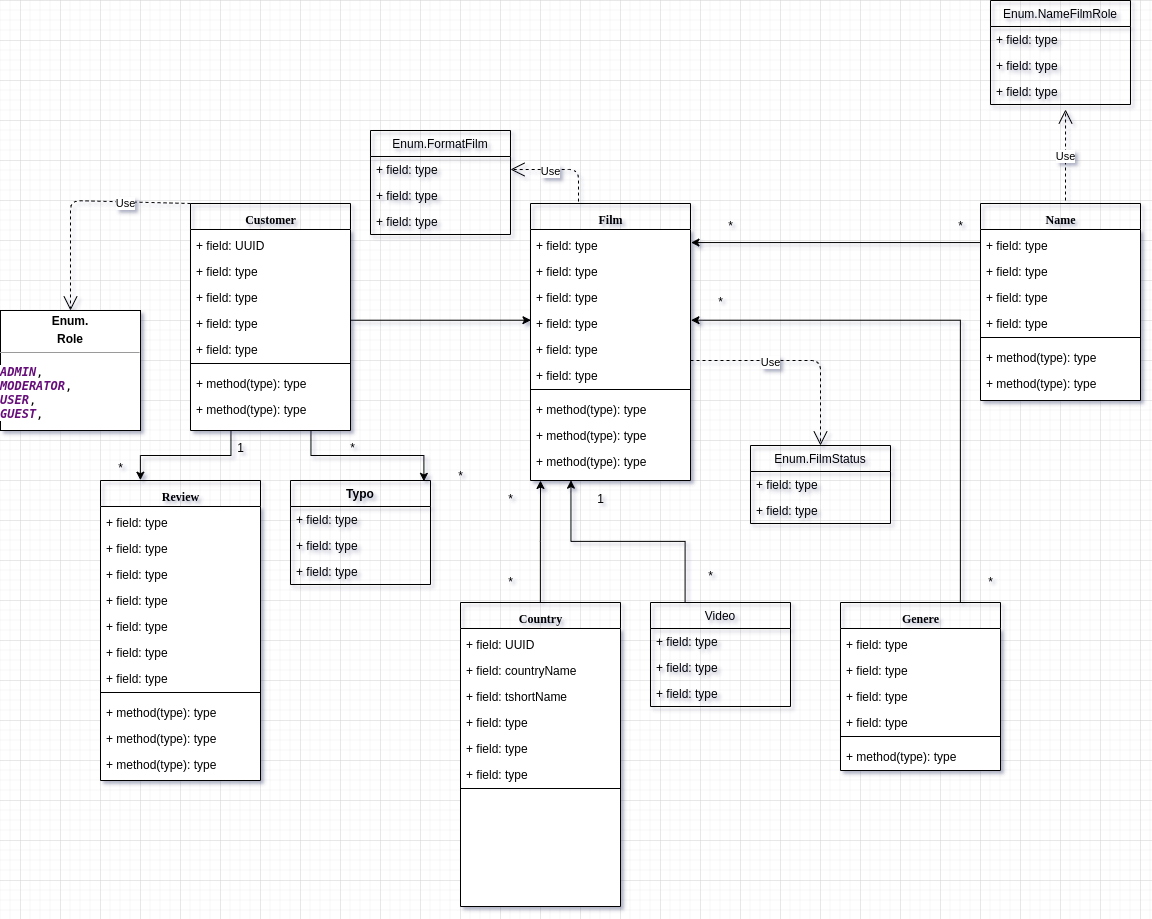
The draw.io diagram domain-model-diagrams/kinoproject.png in eglushenko/kinoproject, before a commit. Source tidied: cells renumbered, new cells last; positions are measured from the earlier drawing's top-left corner, leaving out a move shared by most shapes.
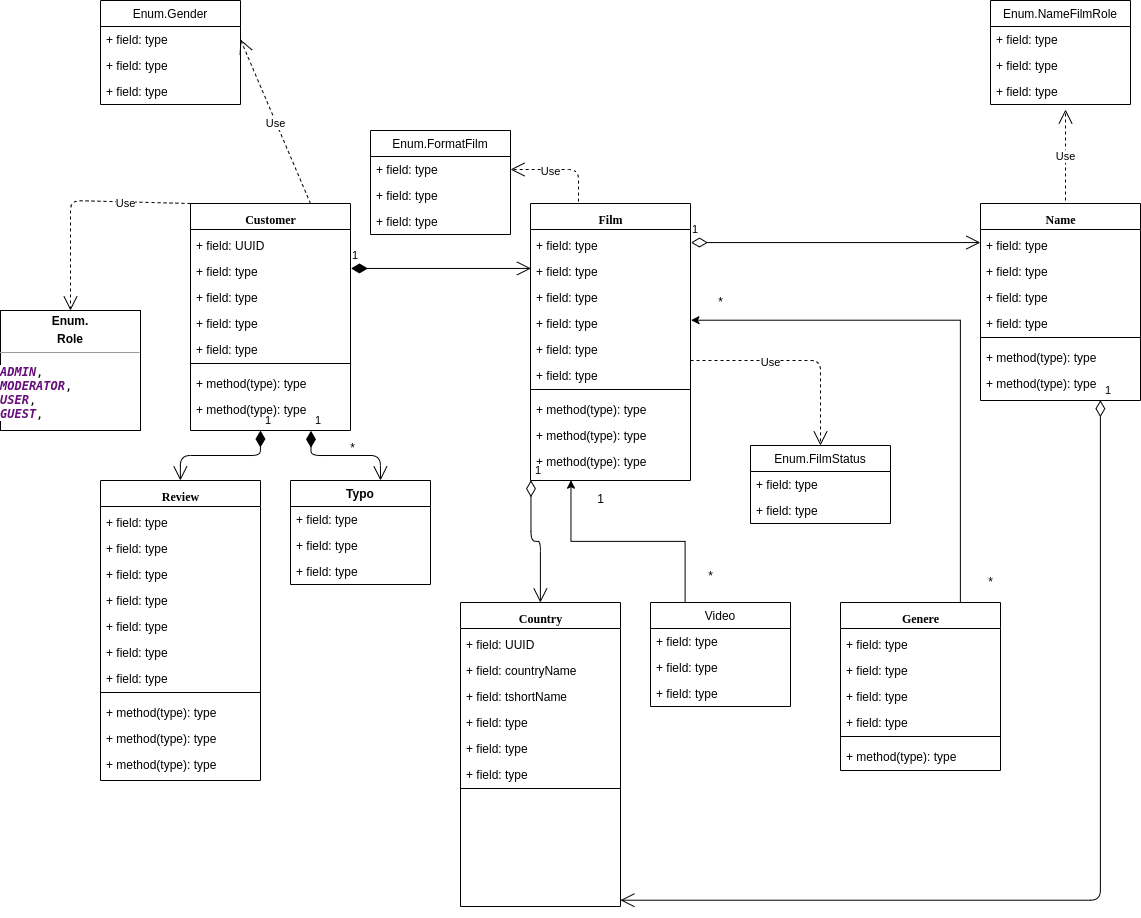
The same diagram one commit later.

Change to the diagram source:
```diff
@@ -2,12 +2,6 @@
   <root>
     <mxCell id="0" />
     <mxCell id="1" parent="0" />
-    <mxCell id="2" style="edgeStyle=orthogonalEdgeStyle;rounded=0;jettySize=auto;html=1;exitX=0.75;exitY=1;exitDx=0;exitDy=0;entryX=0.95;entryY=0.01;entryDx=0;entryDy=0;entryPerimeter=0;" parent="1" edge="1" source="4" target="67">
-      <mxGeometry relative="1" as="geometry" />
-    </mxCell>
-    <mxCell id="3" style="edgeStyle=orthogonalEdgeStyle;rounded=0;jettySize=auto;html=1;exitX=0.25;exitY=1;exitDx=0;exitDy=0;entryX=0.25;entryY=0;entryDx=0;entryDy=0;" parent="1" edge="1" source="4" target="32">
-      <mxGeometry relative="1" as="geometry" />
-    </mxCell>
     <mxCell id="4" value="Customer" style="swimlane;html=1;fontStyle=1;align=center;verticalAlign=top;horizontal=1;startSize=26;swimlaneFillColor=#ffffff;rounded=0;shadow=0;comic=0;labelBackgroundColor=none;strokeWidth=1;fillColor=none;fontFamily=Verdana;fontSize=12;" parent="1" vertex="1">
       <mxGeometry x="190" y="203" width="160" height="227" as="geometry" />
     </mxCell>
@@ -128,11 +122,6 @@
     <mxCell id="43" value="+ method(type): type" style="text;html=1;strokeColor=none;fillColor=none;align=left;verticalAlign=top;spacingLeft=4;spacingRight=4;whiteSpace=wrap;overflow=hidden;" parent="32" vertex="1">
       <mxGeometry y="268" width="160" height="26" as="geometry" />
     </mxCell>
-    <mxCell id="44" style="edgeStyle=orthogonalEdgeStyle;rounded=0;jettySize=auto;html=1;exitX=0.5;exitY=0;exitDx=0;exitDy=0;" parent="1" edge="1" source="45">
-      <mxGeometry relative="1" as="geometry">
-        <mxPoint x="540" y="480" as="targetPoint" />
-      </mxGeometry>
-    </mxCell>
     <mxCell id="45" value="Country" style="swimlane;html=1;fontStyle=1;align=center;verticalAlign=top;horizontal=1;startSize=26;swimlaneFillColor=#ffffff;rounded=0;shadow=0;comic=0;labelBackgroundColor=none;strokeWidth=1;fillColor=none;fontFamily=Verdana;fontSize=12;" parent="1" vertex="1">
       <mxGeometry x="460" y="602" width="160" height="304" as="geometry" />
     </mxCell>
@@ -220,9 +209,11 @@
     <mxCell id="70" value="+ field: type" style="text;strokeColor=none;fillColor=none;align=left;verticalAlign=top;spacingLeft=4;spacingRight=4;overflow=hidden;" parent="67" vertex="1">
       <mxGeometry y="78" width="140" height="26" as="geometry" />
     </mxCell>
-    <mxCell id="71" style="edgeStyle=orthogonalEdgeStyle;rounded=0;jettySize=auto;html=1;exitX=1;exitY=0.5;exitDx=0;exitDy=0;entryX=0;entryY=0.5;entryDx=0;entryDy=0;" parent="1" edge="1" source="8" target="17">
-      <mxGeometry relative="1" as="geometry" />
-    </mxCell>
+    <mxCell id="100" value="1" style="endArrow=open;html=1;endSize=12;startArrow=diamondThin;startSize=14;startFill=1;edgeStyle=orthogonalEdgeStyle;align=left;verticalAlign=bottom;exitX=0.75;exitY=1;exitDx=0;exitDy=0;" parent="67" edge="1" source="4">
+      <mxGeometry x="-1" y="3" relative="1" as="geometry">
+        <mxPoint x="90" as="targetPoint" />
+      </mxGeometry>
+    </mxCell>
     <mxCell id="72" style="edgeStyle=orthogonalEdgeStyle;rounded=0;jettySize=auto;html=1;exitX=0.25;exitY=0;exitDx=0;exitDy=0;entryX=0.25;entryY=1;entryDx=0;entryDy=0;" parent="1" edge="1" source="73" target="13">
       <mxGeometry relative="1" as="geometry" />
     </mxCell>
@@ -238,9 +229,6 @@
     <mxCell id="76" value="+ field: type" style="text;strokeColor=none;fillColor=none;align=left;verticalAlign=top;spacingLeft=4;spacingRight=4;overflow=hidden;" parent="73" vertex="1">
       <mxGeometry y="78" width="140" height="26" as="geometry" />
     </mxCell>
-    <mxCell id="77" style="edgeStyle=orthogonalEdgeStyle;rounded=0;jettySize=auto;html=1;exitX=0;exitY=0.5;exitDx=0;exitDy=0;entryX=1;entryY=0.5;entryDx=0;entryDy=0;" parent="1" edge="1" source="25" target="14">
-      <mxGeometry relative="1" as="geometry" />
-    </mxCell>
     <mxCell id="78" value="Enum.FormatFilm" style="swimlane;fontStyle=0;horizontal=1;startSize=26;fillColor=none;" parent="1" vertex="1">
       <mxGeometry x="370" y="130" width="140" height="104" as="geometry" />
     </mxCell>
@@ -277,12 +265,6 @@
         </Array>
       </mxGeometry>
     </mxCell>
-    <mxCell id="88" value="*" style="text;html=1;align=center;verticalAlign=middle;" parent="1" vertex="1">
-      <mxGeometry x="720" y="214" width="20" height="20" as="geometry" />
-    </mxCell>
-    <mxCell id="89" value="*" style="text;html=1;align=center;verticalAlign=middle;" parent="1" vertex="1">
-      <mxGeometry x="950" y="214" width="20" height="20" as="geometry" />
-    </mxCell>
     <mxCell id="90" value="*" style="text;html=1;align=center;verticalAlign=middle;" parent="1" vertex="1">
       <mxGeometry x="710" y="290" width="20" height="20" as="geometry" />
     </mxCell>
@@ -295,23 +277,46 @@
     <mxCell id="93" value="1" style="text;html=1;align=center;verticalAlign=middle;" parent="1" vertex="1">
       <mxGeometry x="590" y="487" width="20" height="20" as="geometry" />
     </mxCell>
-    <mxCell id="94" value="*" style="text;html=1;align=center;verticalAlign=middle;" parent="1" vertex="1">
-      <mxGeometry x="500" y="570" width="20" height="20" as="geometry" />
-    </mxCell>
-    <mxCell id="95" value="*" style="text;html=1;align=center;verticalAlign=middle;" parent="1" vertex="1">
-      <mxGeometry x="500" y="487" width="20" height="20" as="geometry" />
-    </mxCell>
     <mxCell id="96" value="*" style="text;html=1;align=center;verticalAlign=middle;" parent="1" vertex="1">
       <mxGeometry x="342" y="436" width="20" height="20" as="geometry" />
     </mxCell>
-    <mxCell id="97" value="*" style="text;html=1;align=center;verticalAlign=middle;" parent="1" vertex="1">
-      <mxGeometry x="450" y="464" width="20" height="20" as="geometry" />
-    </mxCell>
-    <mxCell id="98" value="1" style="text;html=1;align=center;verticalAlign=middle;" parent="1" vertex="1">
-      <mxGeometry x="230" y="436" width="20" height="20" as="geometry" />
-    </mxCell>
-    <mxCell id="99" value="*" style="text;html=1;align=center;verticalAlign=middle;" parent="1" vertex="1">
-      <mxGeometry x="110" y="456" width="20" height="20" as="geometry" />
-    </mxCell>
+    <mxCell id="101" value="Enum.Gender" style="swimlane;fontStyle=0;horizontal=1;startSize=26;fillColor=none;" parent="1" vertex="1">
+      <mxGeometry x="100" width="140" height="104" as="geometry" />
+    </mxCell>
+    <mxCell id="102" value="+ field: type" style="text;strokeColor=none;fillColor=none;align=left;verticalAlign=top;spacingLeft=4;spacingRight=4;overflow=hidden;points=[[0,0.5],[1,0.5]];portConstraint=eastwest;" parent="101" vertex="1">
+      <mxGeometry y="26" width="140" height="26" as="geometry" />
+    </mxCell>
+    <mxCell id="103" value="+ field: type" style="text;strokeColor=none;fillColor=none;align=left;verticalAlign=top;spacingLeft=4;spacingRight=4;overflow=hidden;" parent="101" vertex="1">
+      <mxGeometry y="52" width="140" height="26" as="geometry" />
+    </mxCell>
+    <mxCell id="104" value="+ field: type" style="text;strokeColor=none;fillColor=none;align=left;verticalAlign=top;spacingLeft=4;spacingRight=4;overflow=hidden;" parent="101" vertex="1">
+      <mxGeometry y="78" width="140" height="26" as="geometry" />
+    </mxCell>
+    <mxCell id="105" value="Use" style="endArrow=open;endSize=12;dashed=1;html=1;entryX=1;entryY=0.5;entryDx=0;entryDy=0;exitX=0.75;exitY=0;exitDx=0;exitDy=0;" parent="1" edge="1" source="4" target="102">
+      <mxGeometry relative="1" as="geometry" />
+    </mxCell>
+    <mxCell id="106" value="1" style="endArrow=open;html=1;endSize=12;startArrow=diamondThin;startSize=14;startFill=1;edgeStyle=orthogonalEdgeStyle;align=left;verticalAlign=bottom;" parent="1" edge="1" target="32">
+      <mxGeometry x="-1" y="3" relative="1" as="geometry">
+        <mxPoint x="260" y="430" as="sourcePoint" />
+      </mxGeometry>
+    </mxCell>
+    <mxCell id="107" value="1" style="endArrow=open;html=1;endSize=12;startArrow=diamondThin;startSize=14;startFill=1;edgeStyle=orthogonalEdgeStyle;align=left;verticalAlign=bottom;exitX=1;exitY=0.5;exitDx=0;exitDy=0;entryX=0;entryY=0.5;entryDx=0;entryDy=0;" parent="1" edge="1" source="6" target="15">
+      <mxGeometry x="-1" y="3" relative="1" as="geometry" />
+    </mxCell>
+    <mxCell id="108" value="1" style="endArrow=open;html=1;endSize=12;startArrow=diamondThin;startSize=14;startFill=0;edgeStyle=orthogonalEdgeStyle;align=left;verticalAlign=bottom;entryX=0.5;entryY=0;entryDx=0;entryDy=0;exitX=0;exitY=1;exitDx=0;exitDy=0;" parent="1" edge="1" source="13" target="45">
+      <mxGeometry x="-1" y="3" relative="1" as="geometry" />
+    </mxCell>
+    <mxCell id="109" value="1" style="endArrow=open;html=1;endSize=12;startArrow=diamondThin;startSize=14;startFill=0;edgeStyle=orthogonalEdgeStyle;align=left;verticalAlign=bottom;exitX=0.75;exitY=1;exitDx=0;exitDy=0;" parent="1" edge="1" source="24">
+      <mxGeometry x="-1" y="3" relative="1" as="geometry">
+        <mxPoint x="620" y="900" as="targetPoint" />
+        <Array as="points">
+          <mxPoint x="1100" y="900" />
+          <mxPoint x="620" y="900" />
+        </Array>
+      </mxGeometry>
+    </mxCell>
+    <mxCell id="110" value="1" style="endArrow=open;html=1;endSize=12;startArrow=diamondThin;startSize=14;startFill=0;edgeStyle=orthogonalEdgeStyle;align=left;verticalAlign=bottom;exitX=1;exitY=0.5;exitDx=0;exitDy=0;entryX=0;entryY=0.5;entryDx=0;entryDy=0;" parent="1" edge="1" source="14" target="25">
+      <mxGeometry x="-1" y="3" relative="1" as="geometry" />
+    </mxCell>
   </root>
 </mxGraphModel>
```
